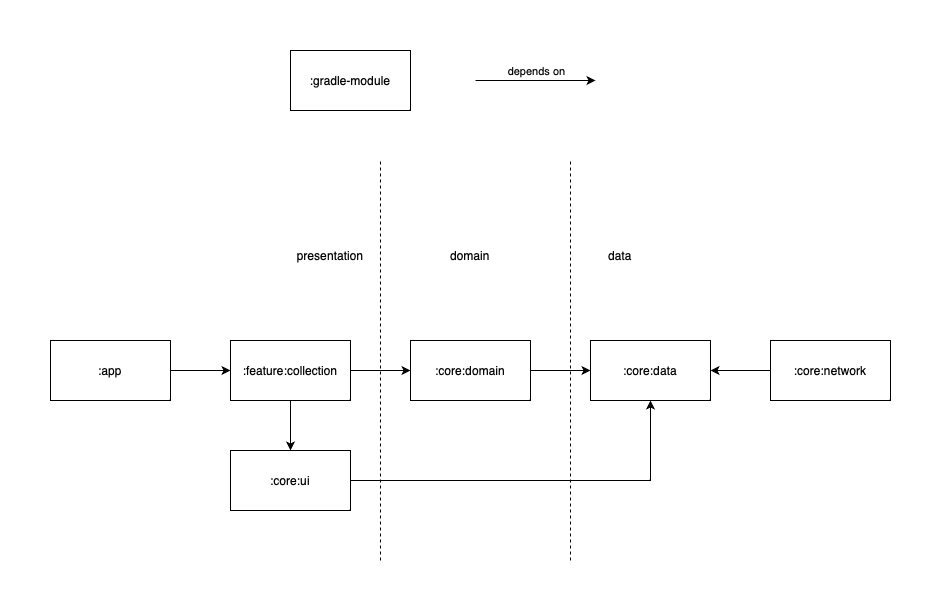
Before: images/modules.png, a diagram exported from draw.io (kyrillosgait/rijks-studio). Source tidied: cells renumbered, new cells last; positions are measured from the earlier drawing's top-left corner, leaving out a move shared by most shapes. The source it was exported from:
```xml
<mxGraphModel>
  <root>
    <mxCell id="0" />
    <mxCell id="1" parent="0" />
    <mxCell id="2" value=":app" style="rounded=0;whiteSpace=wrap;html=1;" parent="1" vertex="1">
      <mxGeometry y="290" width="120" height="60" as="geometry" />
    </mxCell>
    <mxCell id="3" style="edgeStyle=orthogonalEdgeStyle;rounded=0;jettySize=auto;html=1;exitX=1;exitY=0.5;exitDx=0;exitDy=0;entryX=0;entryY=0.5;entryDx=0;entryDy=0;" parent="1" edge="1" source="5" target="8">
      <mxGeometry relative="1" as="geometry" />
    </mxCell>
    <mxCell id="4" style="edgeStyle=orthogonalEdgeStyle;rounded=0;jettySize=auto;html=1;exitX=0.5;exitY=1;exitDx=0;exitDy=0;" parent="1" edge="1" source="5" target="16">
      <mxGeometry relative="1" as="geometry" />
    </mxCell>
    <mxCell id="5" value=":feature:collection" style="rounded=0;whiteSpace=wrap;html=1;" parent="1" vertex="1">
      <mxGeometry x="180" y="290" width="120" height="60" as="geometry" />
    </mxCell>
    <mxCell id="6" value=":core:data" style="rounded=0;whiteSpace=wrap;html=1;" parent="1" vertex="1">
      <mxGeometry x="540" y="290" width="120" height="60" as="geometry" />
    </mxCell>
    <mxCell id="7" style="edgeStyle=orthogonalEdgeStyle;rounded=0;jettySize=auto;html=1;exitX=1;exitY=0.5;exitDx=0;exitDy=0;entryX=0;entryY=0.5;entryDx=0;entryDy=0;" parent="1" edge="1" source="8" target="6">
      <mxGeometry relative="1" as="geometry" />
    </mxCell>
    <mxCell id="8" value=":core:domain" style="rounded=0;whiteSpace=wrap;html=1;" parent="1" vertex="1">
      <mxGeometry x="360" y="290" width="120" height="60" as="geometry" />
    </mxCell>
    <mxCell id="9" style="edgeStyle=orthogonalEdgeStyle;rounded=0;jettySize=auto;html=1;exitX=0;exitY=0.5;exitDx=0;exitDy=0;entryX=1;entryY=0.5;entryDx=0;entryDy=0;" parent="1" edge="1" source="10" target="6">
      <mxGeometry relative="1" as="geometry" />
    </mxCell>
    <mxCell id="10" value=":core:network" style="rounded=0;whiteSpace=wrap;html=1;" parent="1" vertex="1">
      <mxGeometry x="720" y="290" width="120" height="60" as="geometry" />
    </mxCell>
    <mxCell id="11" style="endArrow=classic;html=1;rounded=0;exitX=1;exitY=0.5;exitDx=0;exitDy=0;entryX=0;entryY=0.5;entryDx=0;entryDy=0;" parent="1" edge="1" source="2" target="5">
      <mxGeometry relative="1" as="geometry" />
    </mxCell>
    <mxCell id="12" style="endArrow=classic;html=1;rounded=0;" parent="1" edge="1">
      <mxGeometry relative="1" as="geometry">
        <mxPoint x="425" y="30" as="sourcePoint" />
        <mxPoint x="545" y="30" as="targetPoint" />
      </mxGeometry>
    </mxCell>
    <mxCell id="13" value="depends on" style="edgeLabel;html=1;align=center;verticalAlign=middle;" parent="12" vertex="1">
      <mxGeometry x="-0.2" relative="1" as="geometry">
        <mxPoint x="12" y="-10" as="offset" />
      </mxGeometry>
    </mxCell>
    <mxCell id="14" value=":gradle-module" style="rounded=0;whiteSpace=wrap;html=1;" parent="1" vertex="1">
      <mxGeometry x="240" width="120" height="60" as="geometry" />
    </mxCell>
    <mxCell id="15" style="edgeStyle=orthogonalEdgeStyle;rounded=0;jettySize=auto;html=1;exitX=1;exitY=0.5;exitDx=0;exitDy=0;entryX=0.5;entryY=1;entryDx=0;entryDy=0;" parent="1" edge="1" source="16" target="6">
      <mxGeometry relative="1" as="geometry" />
    </mxCell>
    <mxCell id="16" value=":core:ui" style="rounded=0;whiteSpace=wrap;html=1;" parent="1" vertex="1">
      <mxGeometry x="180" y="400" width="120" height="60" as="geometry" />
    </mxCell>
    <mxCell id="17" style="endArrow=none;dashed=1;html=1;rounded=0;" parent="1" edge="1">
      <mxGeometry relative="1" as="geometry">
        <mxPoint x="330" y="510" as="sourcePoint" />
        <mxPoint x="330" y="110" as="targetPoint" />
      </mxGeometry>
    </mxCell>
    <mxCell id="18" style="endArrow=none;dashed=1;html=1;rounded=0;" parent="1" edge="1">
      <mxGeometry relative="1" as="geometry">
        <mxPoint x="520" y="510" as="sourcePoint" />
        <mxPoint x="520" y="110" as="targetPoint" />
      </mxGeometry>
    </mxCell>
    <mxCell id="19" value="presentation" style="text;html=1;strokeColor=none;fillColor=none;align=center;verticalAlign=middle;whiteSpace=wrap;rounded=0;" parent="1" vertex="1">
      <mxGeometry x="250" y="190" width="60" height="30" as="geometry" />
    </mxCell>
    <mxCell id="20" value="domain" style="text;html=1;strokeColor=none;fillColor=none;align=center;verticalAlign=middle;whiteSpace=wrap;rounded=0;" parent="1" vertex="1">
      <mxGeometry x="390" y="190" width="60" height="30" as="geometry" />
    </mxCell>
    <mxCell id="21" value="data" style="text;html=1;strokeColor=none;fillColor=none;align=center;verticalAlign=middle;whiteSpace=wrap;rounded=0;" parent="1" vertex="1">
      <mxGeometry x="540" y="190" width="60" height="30" as="geometry" />
    </mxCell>
  </root>
</mxGraphModel>
```
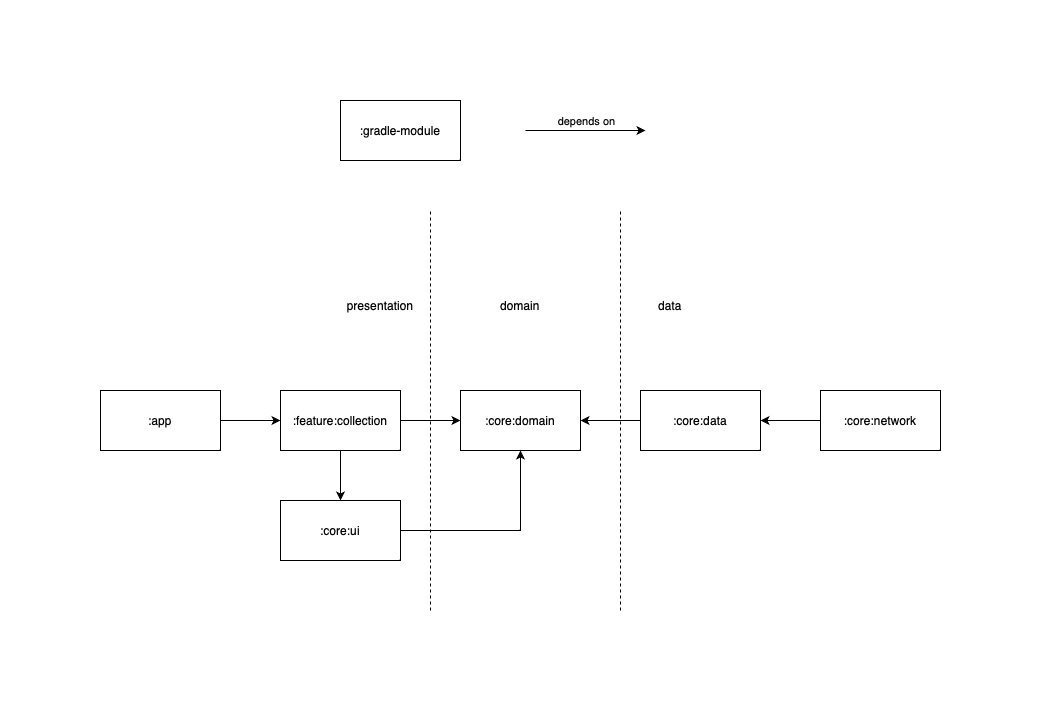
The same file after the commit.

What changed in the source:
```diff
@@ -17,7 +17,7 @@
     <mxCell id="6" value=":core:data" style="rounded=0;whiteSpace=wrap;html=1;" parent="1" vertex="1">
       <mxGeometry x="540" y="290" width="120" height="60" as="geometry" />
     </mxCell>
-    <mxCell id="7" style="edgeStyle=orthogonalEdgeStyle;rounded=0;jettySize=auto;html=1;exitX=1;exitY=0.5;exitDx=0;exitDy=0;entryX=0;entryY=0.5;entryDx=0;entryDy=0;" parent="1" edge="1" source="8" target="6">
+    <mxCell id="7" style="edgeStyle=orthogonalEdgeStyle;rounded=0;jettySize=auto;html=1;exitX=0;exitY=0.5;exitDx=0;exitDy=0;entryX=1;entryY=0.5;entryDx=0;entryDy=0;" parent="1" edge="1" source="6" target="8">
       <mxGeometry relative="1" as="geometry" />
     </mxCell>
     <mxCell id="8" value=":core:domain" style="rounded=0;whiteSpace=wrap;html=1;" parent="1" vertex="1">
@@ -46,7 +46,7 @@
     <mxCell id="14" value=":gradle-module" style="rounded=0;whiteSpace=wrap;html=1;" parent="1" vertex="1">
       <mxGeometry x="240" width="120" height="60" as="geometry" />
     </mxCell>
-    <mxCell id="15" style="edgeStyle=orthogonalEdgeStyle;rounded=0;jettySize=auto;html=1;exitX=1;exitY=0.5;exitDx=0;exitDy=0;entryX=0.5;entryY=1;entryDx=0;entryDy=0;" parent="1" edge="1" source="16" target="6">
+    <mxCell id="15" style="edgeStyle=orthogonalEdgeStyle;rounded=0;jettySize=auto;html=1;exitX=1;exitY=0.5;exitDx=0;exitDy=0;entryX=0.5;entryY=1;entryDx=0;entryDy=0;" parent="1" edge="1" source="16" target="8">
       <mxGeometry relative="1" as="geometry" />
     </mxCell>
     <mxCell id="16" value=":core:ui" style="rounded=0;whiteSpace=wrap;html=1;" parent="1" vertex="1">
```
